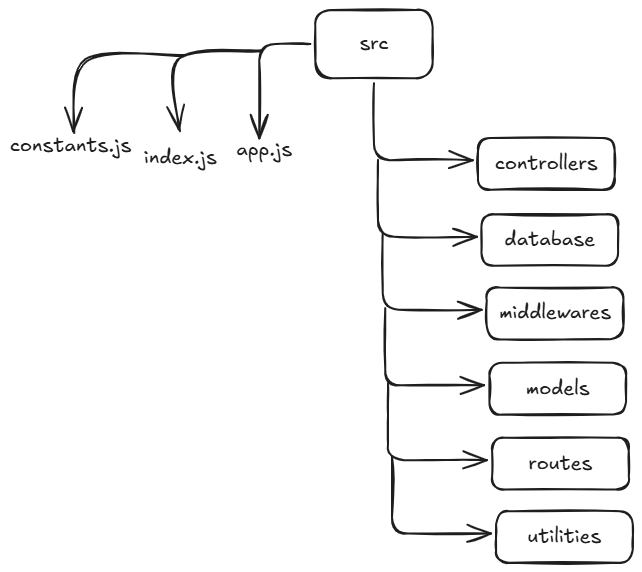
Earlier version of the Excalidraw export mini_project/map.excalidraw.png (Alone-Prodipta/Backend). Source tidied: one line per element, renumbered; positions are measured from the earlier drawing's top-left corner, leaving out a move shared by most shapes. The source it was exported from:
```json
{"id": 0, "type": "rectangle", "strokeColor": "#1e1e1e", "strokeWidth": 2, "roughness": 1, "round": true, "x": 305, "y": 0, "width": 117, "height": 68}
{"id": 1, "type": "text", "text": "src", "strokeColor": "#1e1e1e", "strokeWidth": 2, "roughness": 1, "fontSize": 20, "fontFamily": 5, "textAlign": "center", "verticalAlign": "middle", "inside": 0, "x": 349, "y": 22, "width": 29, "height": 25}
{"id": 2, "type": "arrow", "strokeColor": "#1e1e1e", "strokeWidth": 2, "roughness": 1, "endArrowhead": "arrow", "from": 0, "x": 364, "y": 73, "width": 99, "height": 77, "points": [[0, 0], [0, 77], [99, 77]]}
{"id": 3, "type": "rectangle", "strokeColor": "#1e1e1e", "strokeWidth": 2, "roughness": 1, "round": true, "x": 468, "y": 128, "width": 137, "height": 52}
{"id": 4, "type": "text", "text": "controllers", "strokeColor": "#1e1e1e", "strokeWidth": 2, "roughness": 1, "fontSize": 20, "fontFamily": 5, "textAlign": "center", "verticalAlign": "middle", "inside": 3, "x": 485, "y": 141, "width": 103, "height": 25}
{"id": 5, "type": "arrow", "strokeColor": "#1e1e1e", "strokeWidth": 2, "roughness": 1, "endArrowhead": "arrow", "x": 368, "y": 150, "width": 99, "height": 77, "points": [[0, 0], [0, 77], [99, 77]]}
{"id": 6, "type": "rectangle", "strokeColor": "#1e1e1e", "strokeWidth": 2, "roughness": 1, "round": true, "x": 471, "y": 204, "width": 137, "height": 52}
{"id": 7, "type": "text", "text": "database", "strokeColor": "#1e1e1e", "strokeWidth": 2, "roughness": 1, "fontSize": 20, "fontFamily": 5, "textAlign": "center", "verticalAlign": "middle", "inside": 6, "x": 495, "y": 217, "width": 90, "height": 25}
{"id": 8, "type": "arrow", "strokeColor": "#1e1e1e", "strokeWidth": 2, "roughness": 1, "endArrowhead": "arrow", "x": 373, "y": 223, "width": 99, "height": 77, "points": [[0, 0], [0, 77], [99, 77]]}
{"id": 9, "type": "rectangle", "strokeColor": "#1e1e1e", "strokeWidth": 2, "roughness": 1, "round": true, "x": 477, "y": 278, "width": 137, "height": 52}
{"id": 10, "type": "text", "text": "middlewares", "strokeColor": "#1e1e1e", "strokeWidth": 2, "roughness": 1, "fontSize": 20, "fontFamily": 5, "textAlign": "center", "verticalAlign": "middle", "inside": 9, "x": 489, "y": 291, "width": 112, "height": 25}
{"id": 11, "type": "arrow", "strokeColor": "#1e1e1e", "strokeWidth": 2, "roughness": 1, "endArrowhead": "arrow", "x": 375, "y": 298, "width": 99, "height": 77, "points": [[0, 0], [0, 77], [99, 77]]}
{"id": 12, "type": "rectangle", "strokeColor": "#1e1e1e", "strokeWidth": 2, "roughness": 1, "round": true, "x": 479, "y": 353, "width": 137, "height": 52}
{"id": 13, "type": "text", "text": "models", "strokeColor": "#1e1e1e", "strokeWidth": 2, "roughness": 1, "fontSize": 20, "fontFamily": 5, "textAlign": "center", "verticalAlign": "middle", "inside": 12, "x": 516, "y": 366, "width": 63, "height": 25}
{"id": 14, "type": "arrow", "strokeColor": "#1e1e1e", "strokeWidth": 2, "roughness": 1, "endArrowhead": "arrow", "x": 378, "y": 373, "width": 99, "height": 77, "points": [[0, 0], [0, 77], [99, 77]]}
{"id": 15, "type": "rectangle", "strokeColor": "#1e1e1e", "strokeWidth": 2, "roughness": 1, "round": true, "x": 482, "y": 428, "width": 137, "height": 52}
{"id": 16, "type": "text", "text": "routes", "strokeColor": "#1e1e1e", "strokeWidth": 2, "roughness": 1, "fontSize": 20, "fontFamily": 5, "textAlign": "center", "verticalAlign": "middle", "inside": 15, "x": 518, "y": 441, "width": 64, "height": 25}
{"id": 17, "type": "arrow", "strokeColor": "#1e1e1e", "strokeWidth": 2, "roughness": 1, "endArrowhead": "arrow", "x": 382, "y": 447, "width": 99, "height": 77, "points": [[0, 0], [0, 77], [99, 77]]}
{"id": 18, "type": "rectangle", "strokeColor": "#1e1e1e", "strokeWidth": 2, "roughness": 1, "round": true, "x": 486, "y": 501, "width": 137, "height": 52}
{"id": 19, "type": "text", "text": "utilities", "strokeColor": "#1e1e1e", "strokeWidth": 2, "roughness": 1, "fontSize": 20, "fontFamily": 5, "textAlign": "center", "verticalAlign": "middle", "inside": 18, "x": 518, "y": 515, "width": 74, "height": 25}
{"id": 20, "type": "arrow", "strokeColor": "#1e1e1e", "strokeWidth": 2, "roughness": 1, "endArrowhead": "arrow", "from": 0, "x": 300, "y": 34, "width": 51, "height": 94, "points": [[0, 0], [-51, 0], [-51, 94]]}
{"id": 21, "type": "text", "text": "app.js", "strokeColor": "#1e1e1e", "strokeWidth": 2, "roughness": 1, "fontSize": 20, "fontFamily": 5, "x": 226, "y": 127, "width": 56, "height": 25}
{"id": 22, "type": "arrow", "strokeColor": "#1e1e1e", "strokeWidth": 2, "roughness": 1, "endArrowhead": "arrow", "round": true, "x": 251, "y": 42, "width": 83, "height": 79, "points": [[0, 0], [-83, 8], [-80, 79]]}
{"id": 23, "type": "text", "text": "index.js", "strokeColor": "#1e1e1e", "strokeWidth": 2, "roughness": 1, "fontSize": 20, "fontFamily": 5, "x": 134, "y": 136, "width": 73, "height": 25}
{"id": 24, "type": "arrow", "strokeColor": "#1e1e1e", "strokeWidth": 2, "roughness": 1, "endArrowhead": "arrow", "round": true, "x": 174, "y": 46, "width": 109, "height": 76, "points": [[0, 0], [-98, 3], [-109, 76]]}
{"id": 25, "type": "text", "text": "constants.js", "strokeColor": "#1e1e1e", "strokeWidth": 2, "roughness": 1, "fontSize": 20, "fontFamily": 5, "x": 0, "y": 123, "width": 121, "height": 25}
```
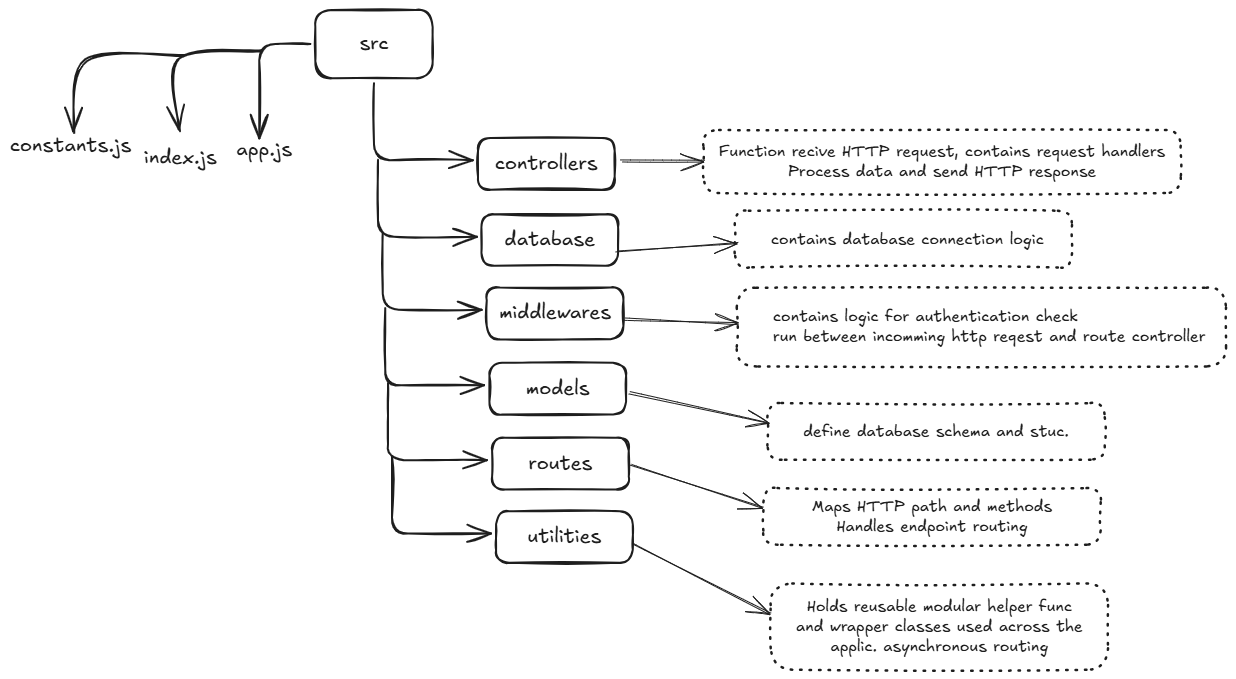
The same file after the commit.

Diff of the diagram source:
```diff
@@ -24,3 +24,21 @@
 {"id": 23, "type": "text", "text": "index.js", "strokeColor": "#1e1e1e", "strokeWidth": 2, "roughness": 1, "fontSize": 20, "fontFamily": 5, "x": 134, "y": 136, "width": 73, "height": 25}
 {"id": 24, "type": "arrow", "strokeColor": "#1e1e1e", "strokeWidth": 2, "roughness": 1, "endArrowhead": "arrow", "round": true, "x": 174, "y": 46, "width": 109, "height": 76, "points": [[0, 0], [-98, 3], [-109, 76]]}
 {"id": 25, "type": "text", "text": "constants.js", "strokeColor": "#1e1e1e", "strokeWidth": 2, "roughness": 1, "fontSize": 20, "fontFamily": 5, "x": 0, "y": 123, "width": 121, "height": 25}
+{"id": 26, "type": "rectangle", "strokeColor": "#1e1e1e", "strokeWidth": 2, "strokeStyle": "dotted", "roughness": 1, "round": true, "x": 693, "y": 120, "width": 477, "height": 63}
+{"id": 27, "type": "text", "text": "Function recive HTTP request, contains request handlers\nProcess data and send HTTP response", "strokeColor": "#1e1e1e", "strokeWidth": 2, "strokeStyle": "dotted", "roughness": 1, "fontSize": 16, "fontFamily": 5, "textAlign": "center", "verticalAlign": "middle", "inside": 26, "x": 709, "y": 132, "width": 446, "height": 40}
+{"id": 28, "type": "rectangle", "strokeColor": "#1e1e1e", "strokeWidth": 2, "strokeStyle": "dotted", "roughness": 1, "round": true, "x": 725, "y": 201, "width": 337, "height": 57}
+{"id": 29, "type": "text", "text": "contains database connection logic", "strokeColor": "#1e1e1e", "strokeWidth": 2, "strokeStyle": "dotted", "roughness": 1, "fontSize": 16, "fontFamily": 5, "x": 761, "y": 220, "width": 273, "height": 20}
+{"id": 30, "type": "rectangle", "strokeColor": "#1e1e1e", "strokeWidth": 2, "strokeStyle": "dotted", "roughness": 1, "round": true, "x": 727, "y": 278, "width": 489, "height": 79}
+{"id": 31, "type": "text", "text": "contains logic for authentication check\nrun between incomming http reqest and route controller", "strokeColor": "#1e1e1e", "strokeWidth": 2, "strokeStyle": "dotted", "roughness": 1, "fontSize": 16, "fontFamily": 5, "x": 763, "y": 297, "width": 432, "height": 40}
+{"id": 32, "type": "rectangle", "strokeColor": "#1e1e1e", "strokeWidth": 2, "strokeStyle": "dotted", "roughness": 1, "round": true, "x": 753, "y": 478, "width": 337, "height": 57}
+{"id": 33, "type": "text", "text": "Maps HTTP path and methods\nHandles endpoint routing", "strokeColor": "#1e1e1e", "strokeWidth": 2, "strokeStyle": "dotted", "roughness": 1, "fontSize": 16, "fontFamily": 5, "textAlign": "center", "verticalAlign": "middle", "inside": 32, "x": 802, "y": 486, "width": 240, "height": 40}
+{"id": 34, "type": "rectangle", "strokeColor": "#1e1e1e", "strokeWidth": 2, "strokeStyle": "dotted", "roughness": 1, "round": true, "x": 761, "y": 573, "width": 337, "height": 86}
+{"id": 35, "type": "text", "text": "Holds reusable modular helper func\nand wrapper classes used across the\napplic. asynchronous routing", "strokeColor": "#1e1e1e", "strokeWidth": 2, "strokeStyle": "dotted", "roughness": 1, "fontSize": 16, "fontFamily": 5, "textAlign": "center", "verticalAlign": "middle", "inside": 34, "x": 786, "y": 587, "width": 287, "height": 60}
+{"id": 36, "type": "arrow", "strokeColor": "#1e1e1e", "strokeWidth": 1, "roughness": 1, "endArrowhead": "arrow", "round": true, "from": 3, "to": 26, "x": 611, "y": 151, "width": 84, "height": 1, "points": [[0, 0], [84, -1]]}
+{"id": 37, "type": "arrow", "strokeColor": "#1e1e1e", "strokeWidth": 1, "roughness": 1, "endArrowhead": "arrow", "round": true, "from": 6, "to": 28, "x": 606, "y": 242, "width": 123, "height": 9, "points": [[0, 0], [123, -9]]}
+{"id": 38, "type": "arrow", "strokeColor": "#1e1e1e", "strokeWidth": 1, "roughness": 1, "endArrowhead": "arrow", "round": true, "from": 9, "to": 30, "x": 615, "y": 309, "width": 112, "height": 6, "points": [[0, 0], [112, 6]]}
+{"id": 39, "type": "arrow", "strokeColor": "#1e1e1e", "strokeWidth": 1, "roughness": 1, "endArrowhead": "arrow", "round": true, "from": 15, "to": 32, "x": 620, "y": 454, "width": 133, "height": 44, "points": [[0, 0], [133, 44]]}
+{"id": 40, "type": "arrow", "strokeColor": "#1e1e1e", "strokeWidth": 1, "roughness": 1, "endArrowhead": "arrow", "round": true, "from": 18, "to": 34, "x": 622, "y": 535, "width": 139, "height": 69, "points": [[0, 0], [139, 69]]}
+{"id": 41, "type": "rectangle", "strokeColor": "#1e1e1e", "strokeWidth": 2, "strokeStyle": "dotted", "roughness": 1, "round": true, "x": 757, "y": 393, "width": 337, "height": 57}
+{"id": 42, "type": "text", "text": "define database schema and stuc.", "strokeColor": "#1e1e1e", "strokeWidth": 2, "strokeStyle": "dotted", "roughness": 1, "fontSize": 16, "fontFamily": 5, "textAlign": "center", "verticalAlign": "middle", "inside": 41, "x": 793, "y": 411, "width": 265, "height": 20}
+{"id": 43, "type": "arrow", "strokeColor": "#1e1e1e", "strokeWidth": 1, "roughness": 1, "endArrowhead": "arrow", "round": true, "from": 12, "to": 41, "x": 619, "y": 382, "width": 139, "height": 31, "points": [[0, 0], [139, 31]]}
```
